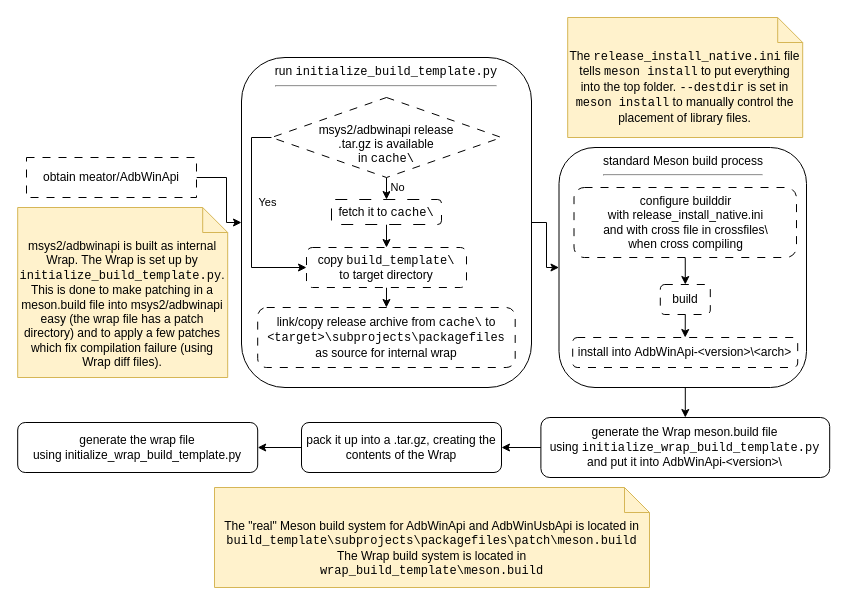
This is etc/Build and deployment process.drawio from meator/AdbWinApi, a draw.io file, before an edit. Source tidied: cells renumbered, new cells numbered last; positions are measured from the earlier drawing's top-left corner, leaving out a move shared by most shapes. Both pictures are drawn from the tidied source at 100%, with x=0, y=0 at pixel (17, 17).
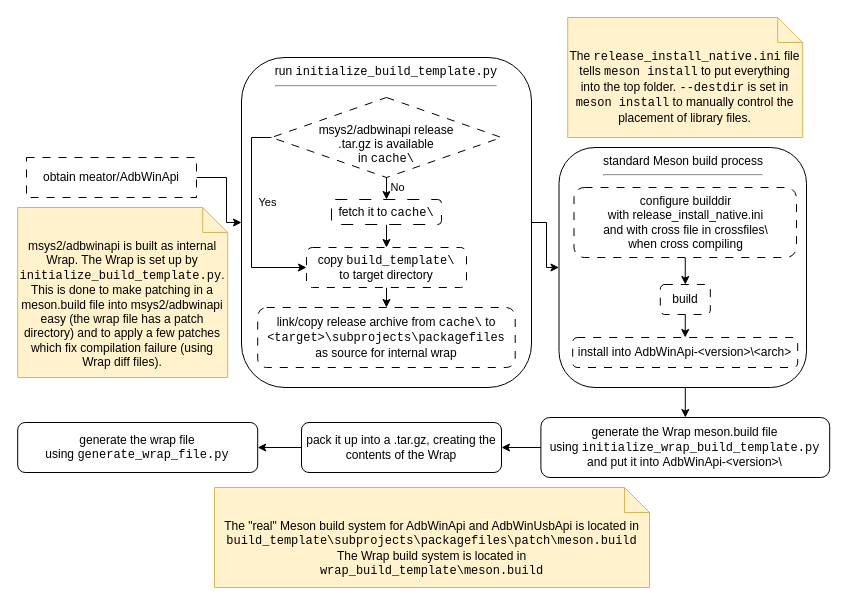
The same diagram, later.

Commit message (it also covers changes not shown here):
README: Fix error in deployment process diagram

initialize_wrap_build_template.py was mentioned twice; its second
occurance should be generate_wrap_file.py instead.

What changed in the source:
```diff
@@
-    <mxCell id="28" value="generate the wrap file using&amp;nbsp;initialize_wrap_build_template.py" style="rounded=1;whiteSpace=wrap;html=1;" parent="1" vertex="1">
+    <mxCell id="28" value="generate the wrap file using&amp;nbsp;&lt;code&gt;generate_wrap_file.py&lt;/code&gt;" style="rounded=1;whiteSpace=wrap;html=1;" parent="1" vertex="1">
       <mxGeometry x="0.2" y="405" width="240" height="50" as="geometry" />
     </mxCell>
```
